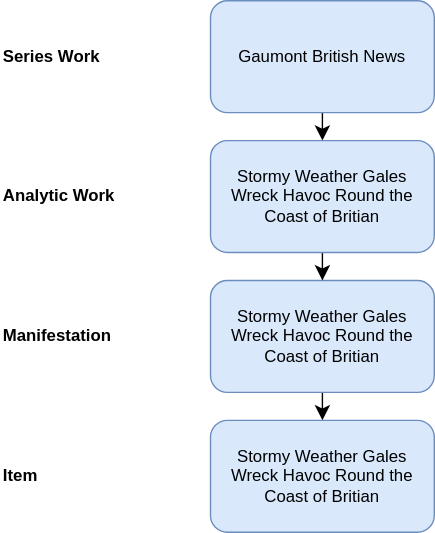
FIAF/fiaf-cataloguing-manual keeps this draw.io diagram as markdown/diagrams/numb_10.drawio.svg. Above is the earlier version. Source tidied: cells renumbered, new cells last; positions are measured from the earlier drawing's top-left corner, leaving out a move shared by most shapes.
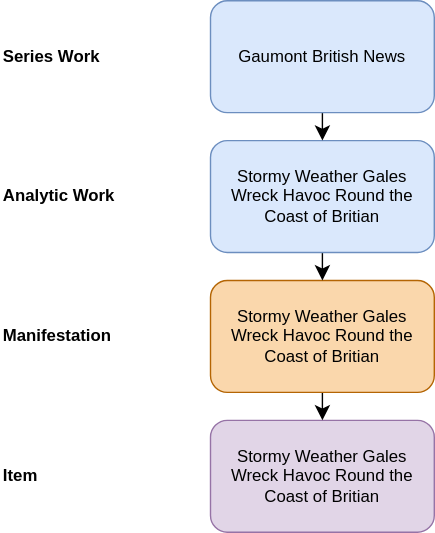
The same diagram one commit later.

Diff of the diagram source:
```diff
@@ -5,18 +5,18 @@
     <mxCell id="2" value="Item" style="text;html=1;whiteSpace=wrap;strokeColor=none;fillColor=none;align=left;verticalAlign=middle;rounded=0;fontStyle=1;" parent="1" vertex="1">
       <mxGeometry y="325" width="110" height="30" as="geometry" />
     </mxCell>
-    <mxCell id="3" value="Stormy Weather Gales Wreck Havoc Round the Coast of Britian" style="rounded=1;whiteSpace=wrap;html=1;fillColor=#dae8fc;strokeColor=#6c8ebf;" parent="1" vertex="1">
-      <mxGeometry x="150" y="300" width="160" height="80" as="geometry" />
-    </mxCell>
-    <mxCell id="4" style="edgeStyle=none;curved=1;rounded=0;jettySize=auto;html=1;exitX=0.5;exitY=1;exitDx=0;exitDy=0;entryX=0.5;entryY=0;entryDx=0;entryDy=0;fontSize=12;startSize=8;endSize=8;" parent="1" edge="1" source="5" target="3">
-      <mxGeometry relative="1" as="geometry" />
-    </mxCell>
-    <mxCell id="5" value="Stormy Weather Gales Wreck Havoc Round the Coast of Britian" style="rounded=1;whiteSpace=wrap;html=1;fillColor=#dae8fc;strokeColor=#6c8ebf;" parent="1" vertex="1">
-      <mxGeometry x="150" y="200" width="160" height="80" as="geometry" />
-    </mxCell>
-    <mxCell id="6" style="edgeStyle=none;curved=1;rounded=0;jettySize=auto;html=1;exitX=0.5;exitY=1;exitDx=0;exitDy=0;entryX=0.5;entryY=0;entryDx=0;entryDy=0;fontSize=12;startSize=8;endSize=8;" parent="1" edge="1" source="7" target="5">
-      <mxGeometry relative="1" as="geometry" />
-    </mxCell>
+    <mxCell id="13" value="Stormy Weather Gales Wreck Havoc Round the Coast of Britian" style="rounded=1;whiteSpace=wrap;html=1;fillColor=#e1d5e7;strokeColor=#9673a6;" parent="1" vertex="1">
+      <mxGeometry x="150" y="300" width="160" height="80" as="geometry" />
+    </mxCell>
+    <mxCell id="14" style="edgeStyle=none;curved=1;rounded=0;jettySize=auto;html=1;exitX=0.5;exitY=1;exitDx=0;exitDy=0;entryX=0.5;entryY=0;entryDx=0;entryDy=0;fontSize=12;startSize=8;endSize=8;" parent="1" edge="1" source="15" target="13">
+      <mxGeometry relative="1" as="geometry" />
+    </mxCell>
+    <mxCell id="15" value="Stormy Weather Gales Wreck Havoc Round the Coast of Britian" style="rounded=1;whiteSpace=wrap;html=1;fillColor=#fad7ac;strokeColor=#b46504;" parent="1" vertex="1">
+      <mxGeometry x="150" y="200" width="160" height="80" as="geometry" />
+    </mxCell>
+    <mxCell id="16" style="edgeStyle=none;curved=1;rounded=0;jettySize=auto;html=1;exitX=0.5;exitY=1;exitDx=0;exitDy=0;entryX=0.5;entryY=0;entryDx=0;entryDy=0;fontSize=12;startSize=8;endSize=8;" parent="1" edge="1" source="7" target="15">
+      <mxGeometry relative="1" as="geometry" />
+    </mxCell>
     <mxCell id="7" value="Stormy Weather Gales Wreck Havoc Round the Coast of Britian" style="rounded=1;whiteSpace=wrap;html=1;fillColor=#dae8fc;strokeColor=#6c8ebf;" parent="1" vertex="1">
       <mxGeometry x="150" y="100" width="160" height="80" as="geometry" />
     </mxCell>
```
